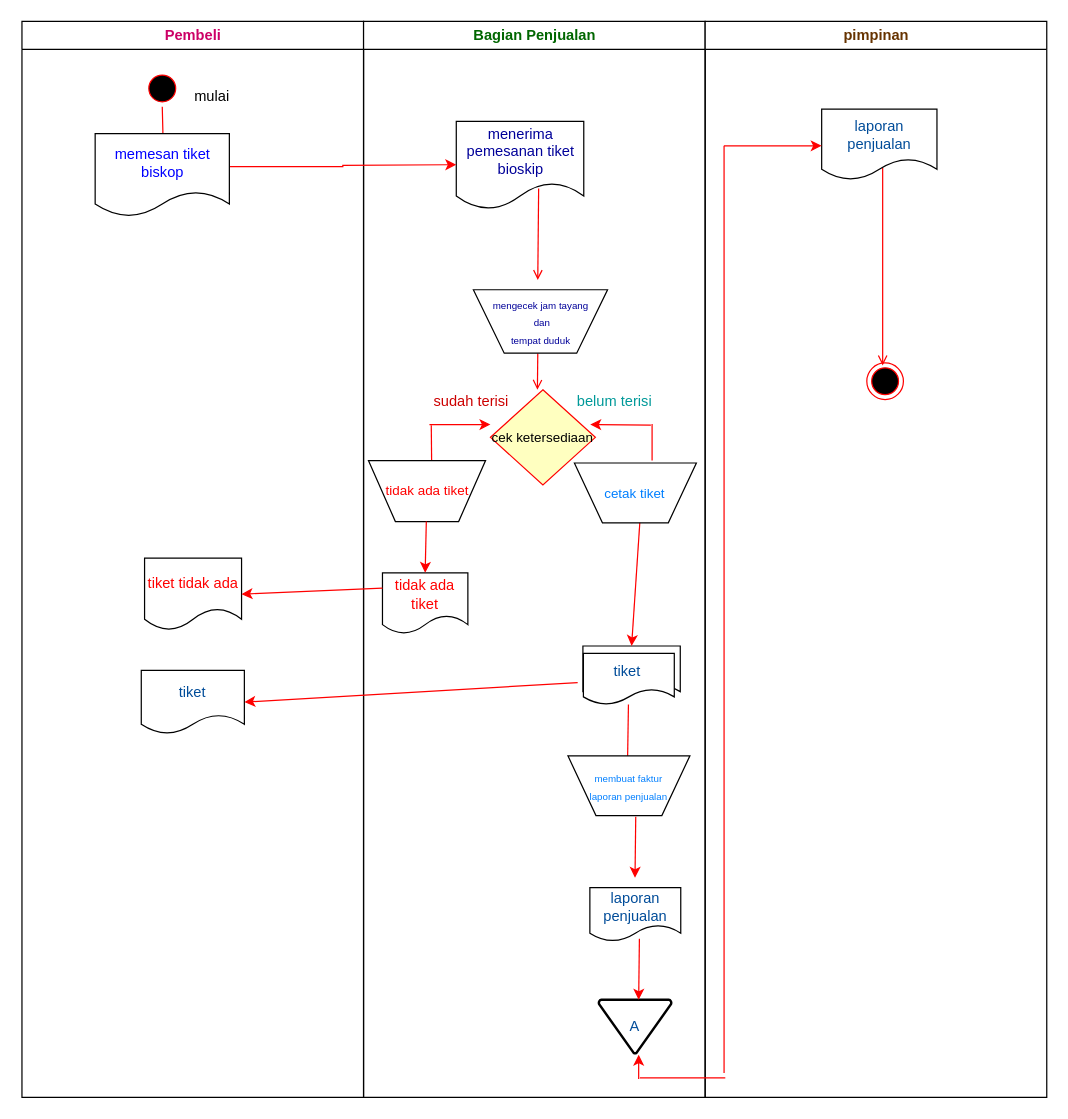
Before: Untitled Diagram.drawio in dindatsniaa/perpstakaan, a draw.io diagram. Source tidied: cells renumbered, new cells numbered last; positions are measured from the earlier drawing's top-left corner, leaving out a move shared by most shapes. Both pictures are drawn from the tidied source at 122%, with x=0, y=0 at pixel (21, 21).
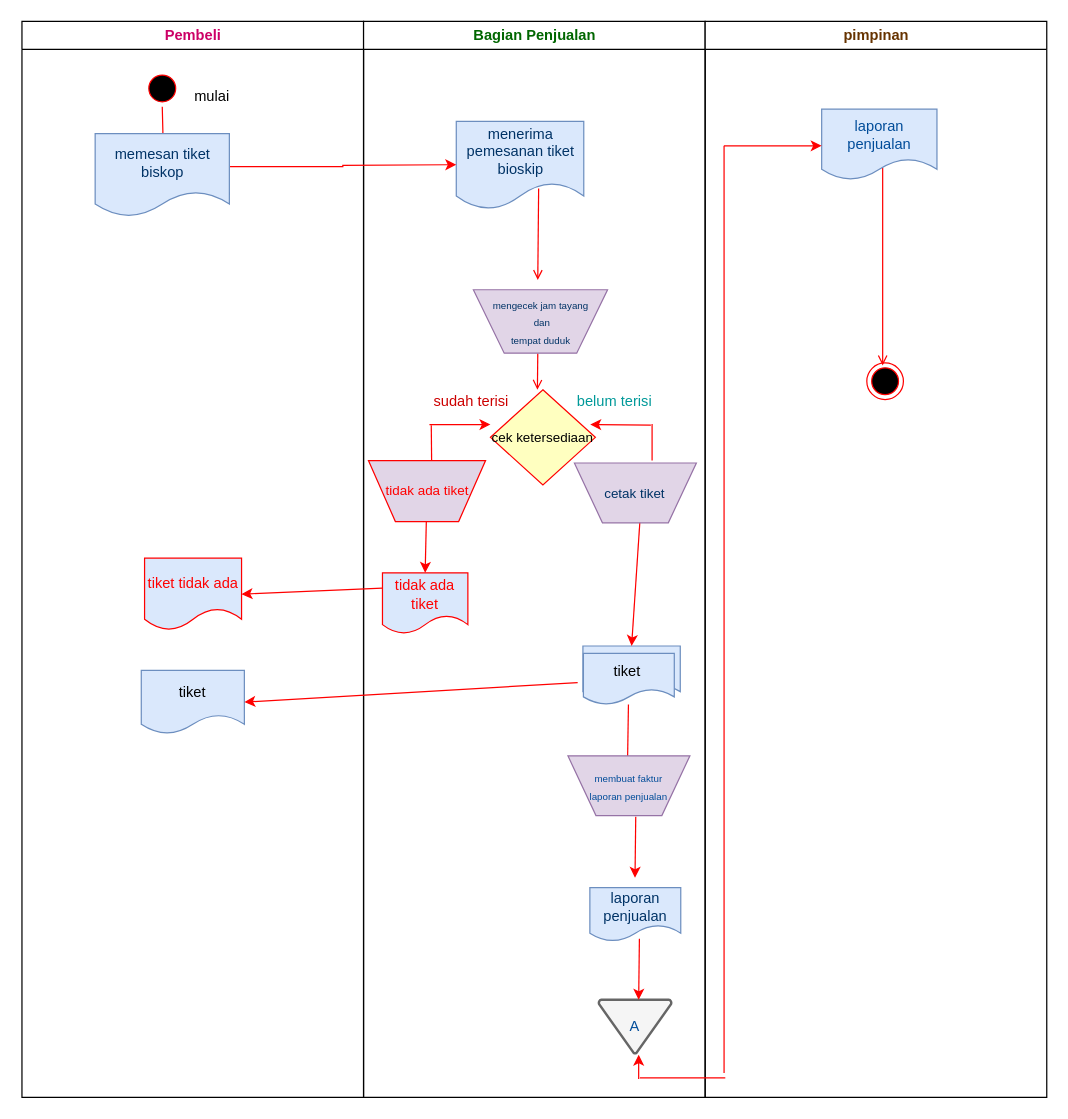
After the change.

Unchanged cells that the change refers to:
```xml
<mxCell id="2" value="Pembeli" style="swimlane;whiteSpace=wrap;fontColor=#CC0066;" parent="1" vertex="1">
  <mxGeometry x="0.5" width="280" height="882" as="geometry" />
</mxCell>
<mxCell id="8" value="Bagian Penjualan" style="swimlane;whiteSpace=wrap;align=center;fontColor=#006600;" parent="1" vertex="1">
  <mxGeometry x="280.5" width="280" height="882" as="geometry" />
</mxCell>
<mxCell id="36" value="pimpinan" style="swimlane;whiteSpace=wrap;fontColor=#663300;" parent="1" vertex="1">
  <mxGeometry x="560.5" width="280" height="882" as="geometry" />
</mxCell>
```

Diff of the diagram source:
```diff
@@
-    <mxCell id="5" value="memesan tiket &lt;br&gt;biskop" style="shape=document;whiteSpace=wrap;html=1;boundedLbl=1;fontColor=#0000FF;" parent="2" vertex="1">
+    <mxCell id="5" value="&lt;font color=&quot;#003366&quot;&gt;memesan tiket &lt;br&gt;biskop&lt;/font&gt;" style="shape=document;whiteSpace=wrap;html=1;boundedLbl=1;fillColor=#dae8fc;strokeColor=#6c8ebf;" parent="2" vertex="1">
       <mxGeometry x="60" y="92" width="110" height="68" as="geometry" />
     </mxCell>
-    <mxCell id="6" value="tiket" style="shape=document;whiteSpace=wrap;html=1;boundedLbl=1;fontColor=#004C99;" parent="2" vertex="1">
+    <mxCell id="6" value="tiket" style="shape=document;whiteSpace=wrap;html=1;boundedLbl=1;fillColor=#dae8fc;strokeColor=#6c8ebf;" parent="2" vertex="1">
       <mxGeometry x="97.8" y="532" width="84.5" height="52" as="geometry" />
     </mxCell>
-    <mxCell id="7" value="tiket tidak ada" style="shape=document;whiteSpace=wrap;html=1;boundedLbl=1;fontColor=#FF0000;" parent="2" vertex="1">
+    <mxCell id="7" value="&lt;font color=&quot;#ff0000&quot;&gt;tiket tidak ada&lt;/font&gt;" style="shape=document;whiteSpace=wrap;html=1;boundedLbl=1;fillColor=#dae8fc;strokeColor=#FF0000;" parent="2" vertex="1">
       <mxGeometry x="100.5" y="440" width="79.5" height="59" as="geometry" />
     </mxCell>
@@
-    <mxCell id="12" value="menerima pemesanan tiket bioskip" style="shape=document;whiteSpace=wrap;html=1;boundedLbl=1;fontColor=#000099;" parent="8" vertex="1">
+    <mxCell id="12" value="&lt;font color=&quot;#003366&quot;&gt;menerima pemesanan tiket bioskip&lt;/font&gt;" style="shape=document;whiteSpace=wrap;html=1;boundedLbl=1;fillColor=#dae8fc;strokeColor=#6c8ebf;" parent="8" vertex="1">
       <mxGeometry x="76" y="82" width="104.5" height="72" as="geometry" />
     </mxCell>
@@
-    <mxCell id="17" style="shape=document;whiteSpace=wrap;html=1;boundedLbl=1;" parent="8" vertex="1">
+    <mxCell id="17" style="shape=document;whiteSpace=wrap;html=1;boundedLbl=1;fillColor=#dae8fc;strokeColor=#6c8ebf;" parent="8" vertex="1">
       <mxGeometry x="179.8" y="512" width="79.8" height="44" as="geometry" />
     </mxCell>
-    <mxCell id="18" value="tiket&amp;nbsp;" style="shape=document;whiteSpace=wrap;html=1;boundedLbl=1;fontColor=#004C99;" parent="8" vertex="1">
+    <mxCell id="18" value="tiket&amp;nbsp;" style="shape=document;whiteSpace=wrap;html=1;boundedLbl=1;fillColor=#dae8fc;strokeColor=#6c8ebf;" parent="8" vertex="1">
       <mxGeometry x="180.2" y="518" width="74.5" height="42" as="geometry" />
     </mxCell>
@@
-    <mxCell id="20" value="tidak ada tiket" style="shape=document;whiteSpace=wrap;html=1;boundedLbl=1;fontColor=#FF0000;" parent="8" vertex="1">
+    <mxCell id="20" value="&lt;font color=&quot;#ff0000&quot;&gt;tidak ada tiket&lt;/font&gt;" style="shape=document;whiteSpace=wrap;html=1;boundedLbl=1;fillColor=#dae8fc;strokeColor=#FF0000;" parent="8" vertex="1">
       <mxGeometry x="15.5" y="452" width="70" height="50" as="geometry" />
     </mxCell>
@@
-    <mxCell id="22" value="laporan penjualan" style="shape=document;whiteSpace=wrap;html=1;boundedLbl=1;fontColor=#004C99;" parent="8" vertex="1">
+    <mxCell id="22" value="laporan penjualan" style="shape=document;whiteSpace=wrap;html=1;boundedLbl=1;fillColor=#dae8fc;strokeColor=#6c8ebf;fontColor=#003366;" parent="8" vertex="1">
       <mxGeometry x="185.5" y="710" width="74.5" height="44" as="geometry" />
     </mxCell>
-    <mxCell id="23" value="A" style="strokeWidth=2;html=1;shape=mxgraph.flowchart.merge_or_storage;whiteSpace=wrap;fontColor=#004C99;" parent="8" vertex="1">
+    <mxCell id="23" value="A" style="strokeWidth=2;html=1;shape=mxgraph.flowchart.merge_or_storage;whiteSpace=wrap;fillColor=#f5f5f5;strokeColor=#666666;fontColor=#004C99;" parent="8" vertex="1">
       <mxGeometry x="192.8" y="802" width="59.5" height="44" as="geometry" />
     </mxCell>
@@
-    <mxCell id="29" value="&lt;font style=&quot;font-size: 8px&quot;&gt;mengecek jam tayang &lt;br&gt;&amp;nbsp;dan&lt;br&gt;tempat duduk&lt;/font&gt;" style="verticalLabelPosition=middle;verticalAlign=middle;html=1;shape=trapezoid;perimeter=trapezoidPerimeter;whiteSpace=wrap;size=0.23;arcSize=10;flipV=1;align=center;labelPosition=center;fontColor=#000099;" parent="8" vertex="1">
+    <mxCell id="29" value="&lt;font style=&quot;font-size: 8px&quot; color=&quot;#003366&quot;&gt;mengecek jam tayang &lt;br&gt;&amp;nbsp;dan&lt;br&gt;tempat duduk&lt;/font&gt;" style="verticalLabelPosition=middle;verticalAlign=middle;html=1;shape=trapezoid;perimeter=trapezoidPerimeter;whiteSpace=wrap;size=0.23;arcSize=10;flipV=1;align=center;labelPosition=center;fillColor=#e1d5e7;strokeColor=#9673a6;" parent="8" vertex="1">
       <mxGeometry x="90" y="220" width="110" height="52" as="geometry" />
     </mxCell>
-    <mxCell id="30" value="&lt;font style=&quot;font-size: 11px&quot;&gt;tidak ada tiket&lt;/font&gt;" style="verticalLabelPosition=middle;verticalAlign=middle;html=1;shape=trapezoid;perimeter=trapezoidPerimeter;whiteSpace=wrap;size=0.23;arcSize=10;flipV=1;align=center;labelPosition=center;fontColor=#FF0000;" parent="8" vertex="1">
+    <mxCell id="30" value="&lt;font style=&quot;font-size: 11px&quot;&gt;tidak ada tiket&lt;/font&gt;" style="verticalLabelPosition=middle;verticalAlign=middle;html=1;shape=trapezoid;perimeter=trapezoidPerimeter;whiteSpace=wrap;size=0.23;arcSize=10;flipV=1;align=center;labelPosition=center;fillColor=#e1d5e7;strokeColor=#FF0000;fontColor=#FF0000;" parent="8" vertex="1">
       <mxGeometry x="4" y="360" width="96" height="50" as="geometry" />
     </mxCell>
-    <mxCell id="31" value="&lt;font style=&quot;font-size: 11px&quot;&gt;cetak tiket&lt;/font&gt;" style="verticalLabelPosition=middle;verticalAlign=middle;html=1;shape=trapezoid;perimeter=trapezoidPerimeter;whiteSpace=wrap;size=0.23;arcSize=10;flipV=1;align=center;labelPosition=center;fontColor=#007FFF;" parent="8" vertex="1">
+    <mxCell id="31" value="&lt;font style=&quot;font-size: 11px&quot;&gt;cetak tiket&lt;/font&gt;" style="verticalLabelPosition=middle;verticalAlign=middle;html=1;shape=trapezoid;perimeter=trapezoidPerimeter;whiteSpace=wrap;size=0.23;arcSize=10;flipV=1;align=center;labelPosition=center;fillColor=#e1d5e7;strokeColor=#9673a6;fontColor=#003366;" parent="8" vertex="1">
       <mxGeometry x="172.8" y="362" width="100" height="49" as="geometry" />
     </mxCell>
@@
-    <mxCell id="35" value="&lt;font style=&quot;font-size: 8px&quot;&gt;membuat faktur&lt;br&gt;laporan penjualan&lt;/font&gt;" style="verticalLabelPosition=middle;verticalAlign=middle;html=1;shape=trapezoid;perimeter=trapezoidPerimeter;whiteSpace=wrap;size=0.23;arcSize=10;flipV=1;align=center;labelPosition=center;fontColor=#007FFF;" parent="8" vertex="1">
+    <mxCell id="35" value="&lt;font style=&quot;font-size: 8px&quot;&gt;membuat faktur&lt;br&gt;laporan penjualan&lt;/font&gt;" style="verticalLabelPosition=middle;verticalAlign=middle;html=1;shape=trapezoid;perimeter=trapezoidPerimeter;whiteSpace=wrap;size=0.23;arcSize=10;flipV=1;align=center;labelPosition=center;fillColor=#e1d5e7;strokeColor=#9673a6;fontColor=#004C99;" parent="8" vertex="1">
       <mxGeometry x="167.5" y="602" width="100" height="49" as="geometry" />
     </mxCell>
@@
-    <mxCell id="39" value="laporan penjualan" style="shape=document;whiteSpace=wrap;html=1;boundedLbl=1;fontColor=#004C99;" parent="36" vertex="1">
+    <mxCell id="39" value="laporan penjualan" style="shape=document;whiteSpace=wrap;html=1;boundedLbl=1;fillColor=#dae8fc;strokeColor=#6c8ebf;fontColor=#004C99;" parent="36" vertex="1">
       <mxGeometry x="95.5" y="72" width="94.5" height="58" as="geometry" />
     </mxCell>
```
